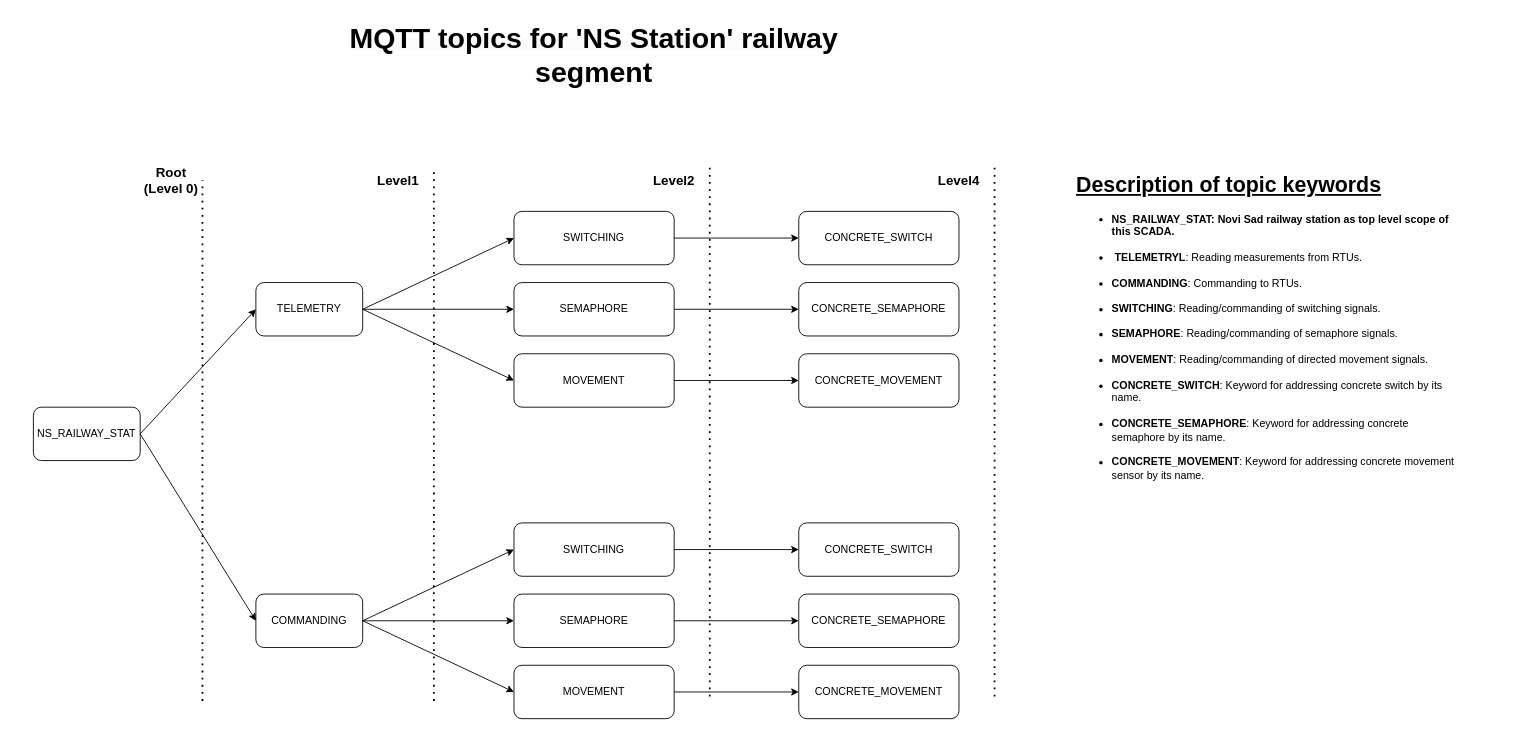
utodorovic99/Railways_SCADA keeps this draw.io diagram as Docs/MQTT_Topics.drawio. Above is the earlier version. Source tidied: cells renumbered, new cells numbered last; positions are measured from the earlier drawing's top-left corner, leaving out a move shared by most shapes. Both pictures are drawn from the tidied source at 89%, with x=0, y=0 at pixel (33, 15).
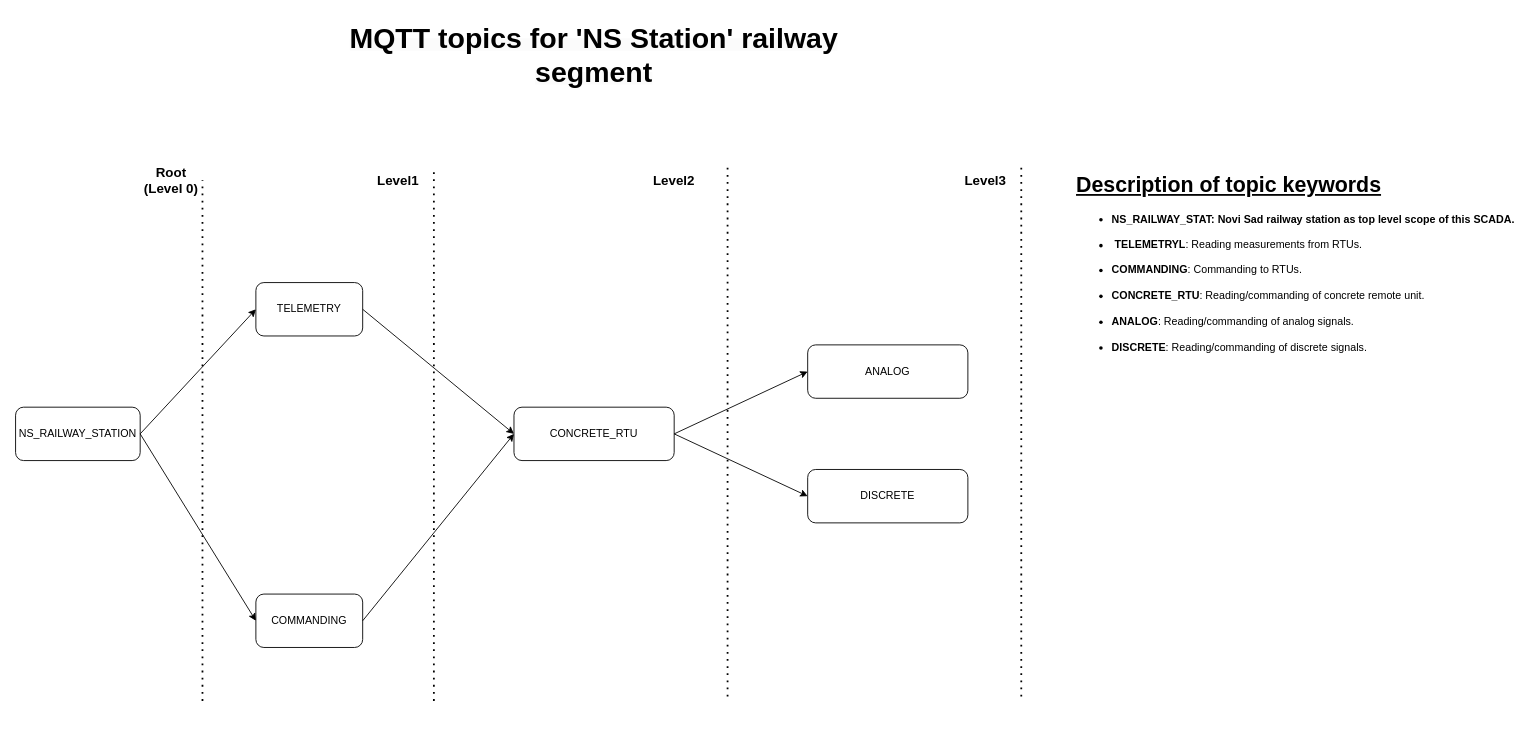
The same page after the edit.

The change refers to these unchanged cells:
```xml
<mxCell id="2" value="TELEMETRY" style="rounded=1;whiteSpace=wrap;html=1;" parent="1" vertex="1">
  <mxGeometry x="250" y="300" width="120" height="60" as="geometry" />
</mxCell>
<mxCell id="3" value="COMMANDING" style="rounded=1;whiteSpace=wrap;html=1;" parent="1" vertex="1">
  <mxGeometry x="250" y="650" width="120" height="60" as="geometry" />
</mxCell>
<mxCell id="16" value="&lt;b&gt;&lt;font style=&quot;font-size: 15px;&quot;&gt;Root (Level 0)&lt;/font&gt;&lt;/b&gt;" style="text;html=1;align=center;verticalAlign=middle;whiteSpace=wrap;rounded=0;" parent="1" vertex="1">
  <mxGeometry x="120" y="170" width="70" height="30" as="geometry" />
</mxCell>
```

What changed in the source:
```diff
@@
-    <mxCell id="4" style="edgeStyle=orthogonalEdgeStyle;rounded=0;jettySize=auto;html=1;entryX=0;entryY=0.5;entryDx=0;entryDy=0;" parent="1" edge="1" source="5" target="22">
-      <mxGeometry relative="1" as="geometry" />
-    </mxCell>
-    <mxCell id="5" value="SWITCHING" style="rounded=1;whiteSpace=wrap;html=1;" parent="1" vertex="1">
-      <mxGeometry x="540" y="220" width="180" height="60" as="geometry" />
-    </mxCell>
-    <mxCell id="6" style="edgeStyle=orthogonalEdgeStyle;rounded=0;jettySize=auto;html=1;entryX=0;entryY=0.5;entryDx=0;entryDy=0;" parent="1" edge="1" source="7" target="23">
-      <mxGeometry relative="1" as="geometry" />
-    </mxCell>
-    <mxCell id="7" value="SEMAPHORE" style="rounded=1;whiteSpace=wrap;html=1;" parent="1" vertex="1">
-      <mxGeometry x="540" y="300" width="180" height="60" as="geometry" />
-    </mxCell>
-    <mxCell id="8" style="edgeStyle=orthogonalEdgeStyle;rounded=0;jettySize=auto;html=1;" parent="1" edge="1" source="9" target="24">
-      <mxGeometry relative="1" as="geometry" />
-    </mxCell>
-    <mxCell id="9" value="MOVEMENT" style="rounded=1;whiteSpace=wrap;html=1;" parent="1" vertex="1">
-      <mxGeometry x="540" y="380" width="180" height="60" as="geometry" />
-    </mxCell>
-    <mxCell id="10" style="endArrow=classic;html=1;rounded=0;exitX=1;exitY=0.5;exitDx=0;exitDy=0;entryX=0;entryY=0.5;entryDx=0;entryDy=0;" parent="1" edge="1" source="2" target="5">
-      <mxGeometry relative="1" as="geometry" />
-    </mxCell>
-    <mxCell id="11" style="endArrow=classic;html=1;rounded=0;exitX=1;exitY=0.5;exitDx=0;exitDy=0;entryX=0;entryY=0.5;entryDx=0;entryDy=0;" parent="1" edge="1" source="2" target="7">
-      <mxGeometry relative="1" as="geometry" />
-    </mxCell>
-    <mxCell id="12" style="endArrow=classic;html=1;rounded=0;exitX=1;exitY=0.5;exitDx=0;exitDy=0;entryX=0;entryY=0.5;entryDx=0;entryDy=0;" parent="1" edge="1" source="2" target="9">
-      <mxGeometry relative="1" as="geometry" />
-    </mxCell>
-    <mxCell id="13" style="endArrow=none;dashed=1;html=1;dashPattern=1 3;strokeWidth=2;rounded=0;" parent="1" edge="1">
-      <mxGeometry relative="1" as="geometry">
-        <mxPoint x="450" y="770" as="sourcePoint" />
-        <mxPoint x="450" y="170" as="targetPoint" />
-      </mxGeometry>
-    </mxCell>
-    <mxCell id="14" value="NS_RAILWAY_STAT" style="rounded=1;whiteSpace=wrap;html=1;" parent="1" vertex="1">
-      <mxGeometry y="440" width="120" height="60" as="geometry" />
-    </mxCell>
-    <mxCell id="15" style="endArrow=none;dashed=1;html=1;dashPattern=1 3;strokeWidth=2;rounded=0;entryX=1;entryY=0.5;entryDx=0;entryDy=0;" parent="1" edge="1" target="16">
-      <mxGeometry relative="1" as="geometry">
-        <mxPoint x="190" y="770" as="sourcePoint" />
-      </mxGeometry>
-    </mxCell>
+    <mxCell id="41" style="endArrow=classic;html=1;rounded=0;exitX=1;exitY=0.5;exitDx=0;exitDy=0;entryX=0;entryY=0.5;entryDx=0;entryDy=0;" parent="1" edge="1" source="2" target="48">
+      <mxGeometry relative="1" as="geometry" />
+    </mxCell>
+    <mxCell id="42" style="endArrow=none;dashed=1;html=1;dashPattern=1 3;strokeWidth=2;rounded=0;" parent="1" edge="1">
+      <mxGeometry relative="1" as="geometry">
+        <mxPoint x="450" y="770" as="sourcePoint" />
+        <mxPoint x="450" y="170" as="targetPoint" />
+      </mxGeometry>
+    </mxCell>
+    <mxCell id="43" value="NS_RAILWAY_STATION" style="rounded=1;whiteSpace=wrap;html=1;" parent="1" vertex="1">
+      <mxGeometry x="-20" y="440" width="140" height="60" as="geometry" />
+    </mxCell>
+    <mxCell id="44" style="endArrow=none;dashed=1;html=1;dashPattern=1 3;strokeWidth=2;rounded=0;entryX=1;entryY=0.5;entryDx=0;entryDy=0;" parent="1" edge="1" target="16">
+      <mxGeometry relative="1" as="geometry">
+        <mxPoint x="190" y="770" as="sourcePoint" />
+      </mxGeometry>
+    </mxCell>
@@
-    <mxCell id="17" style="endArrow=classic;html=1;rounded=0;exitX=1;exitY=0.5;exitDx=0;exitDy=0;entryX=0;entryY=0.5;entryDx=0;entryDy=0;" parent="1" edge="1" source="14" target="2">
-      <mxGeometry relative="1" as="geometry" />
-    </mxCell>
-    <mxCell id="18" style="endArrow=classic;html=1;rounded=0;exitX=1;exitY=0.5;exitDx=0;exitDy=0;entryX=0;entryY=0.5;entryDx=0;entryDy=0;" parent="1" edge="1" source="14" target="3">
-      <mxGeometry relative="1" as="geometry" />
-    </mxCell>
+    <mxCell id="45" style="endArrow=classic;html=1;rounded=0;exitX=1;exitY=0.5;exitDx=0;exitDy=0;entryX=0;entryY=0.5;entryDx=0;entryDy=0;" parent="1" edge="1" source="43" target="2">
+      <mxGeometry relative="1" as="geometry" />
+    </mxCell>
+    <mxCell id="46" style="endArrow=classic;html=1;rounded=0;exitX=1;exitY=0.5;exitDx=0;exitDy=0;entryX=0;entryY=0.5;entryDx=0;entryDy=0;" parent="1" edge="1" source="43" target="3">
+      <mxGeometry relative="1" as="geometry" />
+    </mxCell>
@@
-    <mxCell id="20" style="endArrow=none;dashed=1;html=1;dashPattern=1 3;strokeWidth=2;rounded=0;" parent="1" edge="1">
-      <mxGeometry relative="1" as="geometry">
-        <mxPoint x="760" y="765" as="sourcePoint" />
-        <mxPoint x="760" y="170" as="targetPoint" />
-      </mxGeometry>
-    </mxCell>
+    <mxCell id="47" style="endArrow=none;dashed=1;html=1;dashPattern=1 3;strokeWidth=2;rounded=0;" parent="1" edge="1">
+      <mxGeometry relative="1" as="geometry">
+        <mxPoint x="780" y="765" as="sourcePoint" />
+        <mxPoint x="780" y="170" as="targetPoint" />
+      </mxGeometry>
+    </mxCell>
@@
-    <mxCell id="22" value="CONCRETE_SWITCH" style="rounded=1;whiteSpace=wrap;html=1;" parent="1" vertex="1">
-      <mxGeometry x="860" y="220" width="180" height="60" as="geometry" />
-    </mxCell>
-    <mxCell id="23" value="CONCRETE_SEMAPHORE" style="rounded=1;whiteSpace=wrap;html=1;" parent="1" vertex="1">
-      <mxGeometry x="860" y="300" width="180" height="60" as="geometry" />
-    </mxCell>
-    <mxCell id="24" value="CONCRETE_MOVEMENT" style="rounded=1;whiteSpace=wrap;html=1;" parent="1" vertex="1">
-      <mxGeometry x="860" y="380" width="180" height="60" as="geometry" />
-    </mxCell>
-    <mxCell id="25" style="edgeStyle=orthogonalEdgeStyle;rounded=0;jettySize=auto;html=1;entryX=0;entryY=0.5;entryDx=0;entryDy=0;" parent="1" edge="1" source="26" target="31">
-      <mxGeometry relative="1" as="geometry" />
-    </mxCell>
-    <mxCell id="26" value="SWITCHING" style="rounded=1;whiteSpace=wrap;html=1;" parent="1" vertex="1">
-      <mxGeometry x="540" y="570" width="180" height="60" as="geometry" />
-    </mxCell>
-    <mxCell id="27" style="edgeStyle=orthogonalEdgeStyle;rounded=0;jettySize=auto;html=1;entryX=0;entryY=0.5;entryDx=0;entryDy=0;" parent="1" edge="1" source="28" target="32">
-      <mxGeometry relative="1" as="geometry" />
-    </mxCell>
-    <mxCell id="28" value="SEMAPHORE" style="rounded=1;whiteSpace=wrap;html=1;" parent="1" vertex="1">
-      <mxGeometry x="540" y="650" width="180" height="60" as="geometry" />
-    </mxCell>
-    <mxCell id="29" style="edgeStyle=orthogonalEdgeStyle;rounded=0;jettySize=auto;html=1;" parent="1" edge="1" source="30" target="33">
-      <mxGeometry relative="1" as="geometry" />
-    </mxCell>
-    <mxCell id="30" value="MOVEMENT" style="rounded=1;whiteSpace=wrap;html=1;" parent="1" vertex="1">
-      <mxGeometry x="540" y="730" width="180" height="60" as="geometry" />
-    </mxCell>
-    <mxCell id="31" value="CONCRETE_SWITCH" style="rounded=1;whiteSpace=wrap;html=1;" parent="1" vertex="1">
-      <mxGeometry x="860" y="570" width="180" height="60" as="geometry" />
-    </mxCell>
-    <mxCell id="32" value="CONCRETE_SEMAPHORE" style="rounded=1;whiteSpace=wrap;html=1;" parent="1" vertex="1">
-      <mxGeometry x="860" y="650" width="180" height="60" as="geometry" />
-    </mxCell>
-    <mxCell id="33" value="CONCRETE_MOVEMENT" style="rounded=1;whiteSpace=wrap;html=1;" parent="1" vertex="1">
-      <mxGeometry x="860" y="730" width="180" height="60" as="geometry" />
-    </mxCell>
-    <mxCell id="34" style="endArrow=classic;html=1;rounded=0;exitX=1;exitY=0.5;exitDx=0;exitDy=0;entryX=0;entryY=0.5;entryDx=0;entryDy=0;" parent="1" edge="1">
-      <mxGeometry relative="1" as="geometry">
-        <mxPoint x="370" y="680" as="sourcePoint" />
-        <mxPoint x="540" y="600" as="targetPoint" />
-      </mxGeometry>
-    </mxCell>
-    <mxCell id="35" style="endArrow=classic;html=1;rounded=0;exitX=1;exitY=0.5;exitDx=0;exitDy=0;entryX=0;entryY=0.5;entryDx=0;entryDy=0;" parent="1" edge="1">
-      <mxGeometry relative="1" as="geometry">
-        <mxPoint x="370" y="680" as="sourcePoint" />
-        <mxPoint x="540" y="680" as="targetPoint" />
-      </mxGeometry>
-    </mxCell>
-    <mxCell id="36" style="endArrow=classic;html=1;rounded=0;exitX=1;exitY=0.5;exitDx=0;exitDy=0;entryX=0;entryY=0.5;entryDx=0;entryDy=0;" parent="1" edge="1">
-      <mxGeometry relative="1" as="geometry">
-        <mxPoint x="370" y="680" as="sourcePoint" />
-        <mxPoint x="540" y="760" as="targetPoint" />
-      </mxGeometry>
-    </mxCell>
-    <mxCell id="37" style="endArrow=none;dashed=1;html=1;dashPattern=1 3;strokeWidth=2;rounded=0;" parent="1" edge="1">
-      <mxGeometry relative="1" as="geometry">
-        <mxPoint x="1080" y="765" as="sourcePoint" />
-        <mxPoint x="1080" y="170" as="targetPoint" />
-      </mxGeometry>
-    </mxCell>
-    <mxCell id="38" value="&lt;b&gt;&lt;font style=&quot;font-size: 15px;&quot;&gt;Level4&lt;/font&gt;&lt;/b&gt;" style="text;html=1;align=center;verticalAlign=middle;whiteSpace=wrap;rounded=0;" parent="1" vertex="1">
-      <mxGeometry x="1010" y="170" width="60" height="30" as="geometry" />
-    </mxCell>
+    <mxCell id="48" value="CONCRETE_RTU" style="rounded=1;whiteSpace=wrap;html=1;" parent="1" vertex="1">
+      <mxGeometry x="540" y="440" width="180" height="60" as="geometry" />
+    </mxCell>
+    <mxCell id="49" style="endArrow=classic;html=1;rounded=0;exitX=1;exitY=0.5;exitDx=0;exitDy=0;entryX=0;entryY=0.5;entryDx=0;entryDy=0;" parent="1" edge="1" target="48">
+      <mxGeometry relative="1" as="geometry">
+        <mxPoint x="370" y="680" as="sourcePoint" />
+      </mxGeometry>
+    </mxCell>
@@
-    <mxCell id="40" value="&lt;h1 style=&quot;margin-top: 0px;&quot;&gt;&lt;u style=&quot;&quot;&gt;Description of topic keywords&lt;/u&gt;&lt;/h1&gt;&lt;p style=&quot;font-size: 14px;&quot;&gt;&lt;/p&gt;&lt;ul&gt;&lt;li&gt;&lt;span style=&quot;font-size: 12px; text-align: center;&quot;&gt;&lt;b&gt;NS_RAILWAY_STAT: Novi Sad railway station as top level scope of this SCADA.&lt;br&gt;&lt;br&gt;&lt;/b&gt;&lt;/span&gt;&lt;/li&gt;&lt;li&gt;&lt;span style=&quot;font-size: 12px; text-align: center;&quot;&gt;&lt;b&gt;&amp;nbsp;&lt;/b&gt;&lt;/span&gt;&lt;b&gt;TELEMETRYL&lt;/b&gt;: Reading measurements from RTUs.&lt;br&gt;&lt;br&gt;&lt;/li&gt;&lt;li&gt;&lt;span style=&quot;text-align: center;&quot;&gt;&lt;b&gt;COMMANDING&lt;/b&gt;:&amp;nbsp;Commanding to RTUs.&lt;br&gt;&lt;/span&gt;&lt;br&gt;&lt;/li&gt;&lt;li&gt;&lt;b&gt;SWITCHING&lt;/b&gt;: Reading/commanding of switching signals.&amp;nbsp;&lt;br&gt;&lt;br&gt;&lt;/li&gt;&lt;li&gt;&lt;b&gt;SEMAPHORE&lt;/b&gt;: Reading/commanding of semaphore signals.&lt;br&gt;&lt;br&gt;&lt;/li&gt;&lt;li&gt;&lt;b&gt;MOVEMENT&lt;/b&gt;: Reading/commanding of directed movement signals.&lt;br&gt;&lt;br&gt;&lt;/li&gt;&lt;li&gt;&lt;b&gt;CONCRETE_SWITCH&lt;/b&gt;: Keyword for addressing concrete switch by its name.&lt;br&gt;&lt;br&gt;&lt;/li&gt;&lt;li&gt;&lt;b&gt;CONCRETE_SEMAPHORE&lt;/b&gt;: Keyword for addressing concrete semaphore&amp;nbsp;by its name.&lt;br&gt;&lt;br&gt;&lt;/li&gt;&lt;li&gt;&lt;b&gt;CONCRETE_MOVEMENT&lt;/b&gt;: Keyword for addressing concrete movement sensor by its name.&lt;br&gt;&lt;/li&gt;&lt;/ul&gt;&lt;p&gt;&lt;/p&gt;" style="text;html=1;whiteSpace=wrap;overflow=hidden;rounded=0;" parent="1" vertex="1">
-      <mxGeometry x="1170" y="170" width="430" height="380" as="geometry" />
-    </mxCell>
+    <mxCell id="50" value="&lt;h1 style=&quot;margin-top: 0px;&quot;&gt;&lt;u style=&quot;&quot;&gt;Description of topic keywords&lt;/u&gt;&lt;/h1&gt;&lt;p style=&quot;font-size: 14px;&quot;&gt;&lt;/p&gt;&lt;ul&gt;&lt;li&gt;&lt;span style=&quot;font-size: 12px; text-align: center;&quot;&gt;&lt;b&gt;NS_RAILWAY_STAT: Novi Sad railway station as top level scope of this SCADA.&lt;br&gt;&lt;br&gt;&lt;/b&gt;&lt;/span&gt;&lt;/li&gt;&lt;li&gt;&lt;span style=&quot;font-size: 12px; text-align: center;&quot;&gt;&lt;b&gt;&amp;nbsp;&lt;/b&gt;&lt;/span&gt;&lt;b&gt;TELEMETRYL&lt;/b&gt;: Reading measurements from RTUs.&lt;br&gt;&lt;br&gt;&lt;/li&gt;&lt;li&gt;&lt;span style=&quot;text-align: center;&quot;&gt;&lt;b&gt;COMMANDING&lt;/b&gt;:&amp;nbsp;Commanding to RTUs.&lt;br&gt;&lt;/span&gt;&lt;br&gt;&lt;/li&gt;&lt;li&gt;&lt;b&gt;CONCRETE_RTU&lt;/b&gt;: Reading/commanding of concrete remote unit.&amp;nbsp;&lt;br&gt;&lt;br&gt;&lt;/li&gt;&lt;li&gt;&lt;b&gt;ANALOG&lt;/b&gt;: Reading/commanding of analog signals.&amp;nbsp;&lt;br&gt;&lt;br&gt;&lt;/li&gt;&lt;li&gt;&lt;b&gt;DISCRETE&lt;/b&gt;: Reading/commanding of discrete signals.&amp;nbsp;&lt;br&gt;&lt;/li&gt;&lt;/ul&gt;&lt;p&gt;&lt;/p&gt;" style="text;html=1;whiteSpace=wrap;overflow=hidden;rounded=0;" parent="1" vertex="1">
+      <mxGeometry x="1170" y="170" width="500" height="250" as="geometry" />
+    </mxCell>
+    <mxCell id="51" style="endArrow=none;dashed=1;html=1;dashPattern=1 3;strokeWidth=2;rounded=0;" parent="1" edge="1">
+      <mxGeometry relative="1" as="geometry">
+        <mxPoint x="1110" y="765" as="sourcePoint" />
+        <mxPoint x="1110" y="170" as="targetPoint" />
+      </mxGeometry>
+    </mxCell>
+    <mxCell id="52" value="&lt;b&gt;&lt;font style=&quot;font-size: 15px;&quot;&gt;Level3&lt;/font&gt;&lt;/b&gt;" style="text;html=1;align=center;verticalAlign=middle;whiteSpace=wrap;rounded=0;" parent="1" vertex="1">
+      <mxGeometry x="1040" y="170" width="60" height="30" as="geometry" />
+    </mxCell>
+    <mxCell id="53" value="ANALOG" style="rounded=1;whiteSpace=wrap;html=1;" parent="1" vertex="1">
+      <mxGeometry x="870" y="370" width="180" height="60" as="geometry" />
+    </mxCell>
+    <mxCell id="54" style="endArrow=classic;html=1;rounded=0;exitX=1;exitY=0.5;exitDx=0;exitDy=0;entryX=0;entryY=0.5;entryDx=0;entryDy=0;" parent="1" edge="1" source="48" target="53">
+      <mxGeometry relative="1" as="geometry" />
+    </mxCell>
+    <mxCell id="55" value="DISCRETE" style="rounded=1;whiteSpace=wrap;html=1;" parent="1" vertex="1">
+      <mxGeometry x="870" y="510" width="180" height="60" as="geometry" />
+    </mxCell>
+    <mxCell id="56" style="endArrow=classic;html=1;rounded=0;entryX=0;entryY=0.5;entryDx=0;entryDy=0;" parent="1" edge="1" target="55">
+      <mxGeometry relative="1" as="geometry">
+        <mxPoint x="720" y="470" as="sourcePoint" />
+      </mxGeometry>
+    </mxCell>
```
